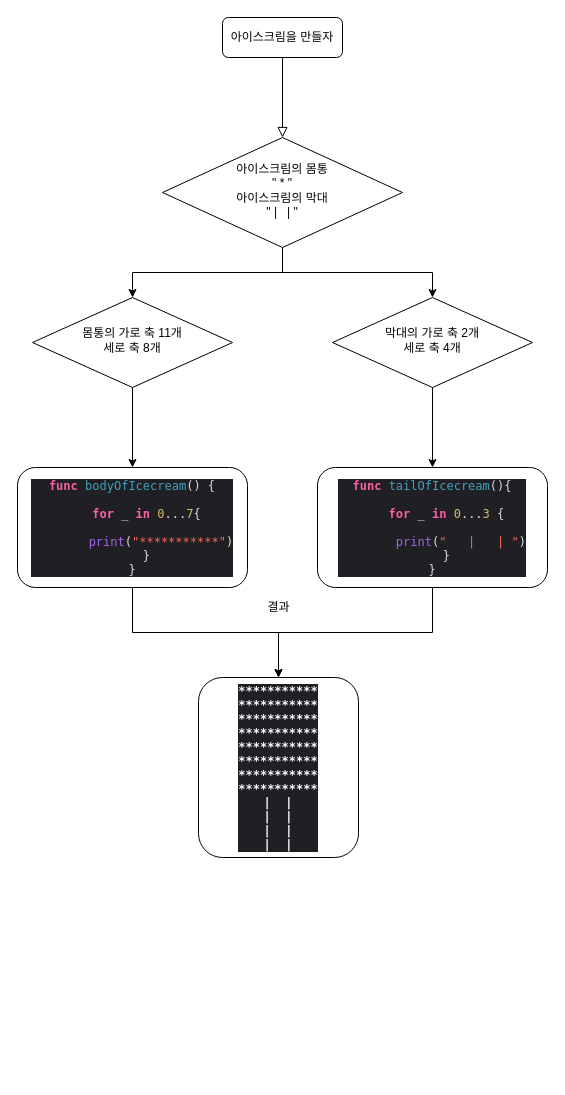
The draw.io diagram icecream.drawio in yagom-academy/swift-starter-Round1, before the edit. Source tidied: cells renumbered, new cells numbered last; positions are measured from the earlier drawing's top-left corner, leaving out a move shared by most shapes. Both pictures are drawn from the tidied source at 100%, with x=0, y=0 at pixel (17, 17).
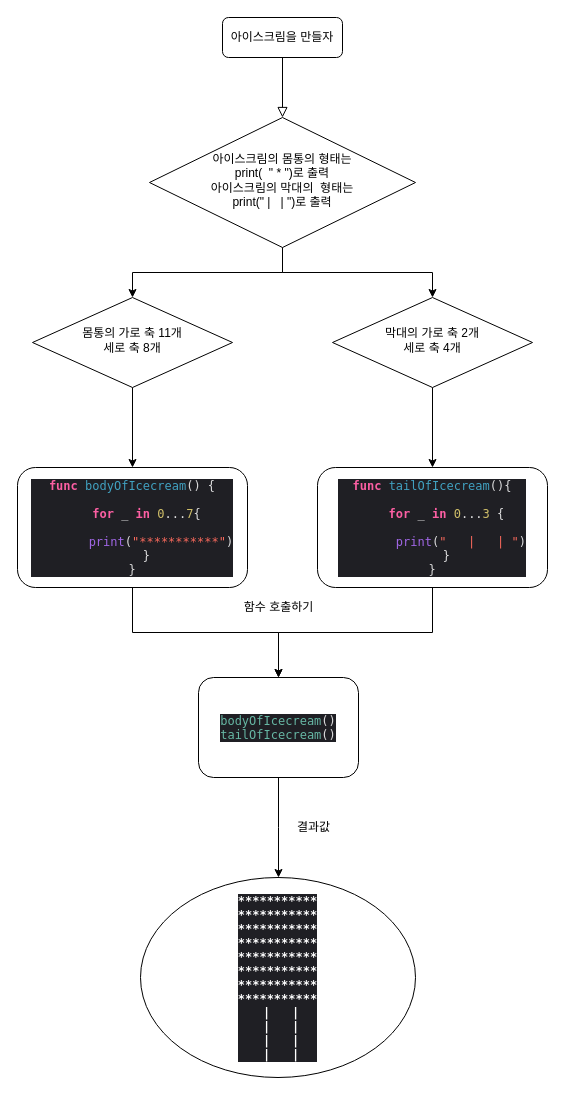
After the change.

Diff of the diagram source:
```diff
@@
-    <mxCell id="6" value="아이스크림의 몸통 &lt;br&gt;&quot; * &quot;&lt;br&gt;아이스크림의 막대&lt;br&gt;&quot; |&amp;nbsp; &amp;nbsp;| &quot;" style="rhombus;whiteSpace=wrap;html=1;shadow=0;fontFamily=Helvetica;fontSize=12;align=center;strokeWidth=1;spacing=6;spacingTop=-4;" parent="1" vertex="1">
-      <mxGeometry x="145" y="120" width="240" height="110" as="geometry" />
+    <mxCell id="6" value="아이스크림의 몸통의 형태는&lt;br&gt;print(&amp;nbsp; &quot; * &quot;)로 출력&lt;br&gt;아이스크림의 막대의&amp;nbsp; 형태는&lt;br&gt;print(&quot; |&amp;nbsp; &amp;nbsp;| &quot;)로 출력" style="rhombus;whiteSpace=wrap;html=1;shadow=0;fontFamily=Helvetica;fontSize=12;align=center;strokeWidth=1;spacing=6;spacingTop=-4;" parent="1" vertex="1">
+      <mxGeometry x="132" y="100" width="266" height="130" as="geometry" />
     </mxCell>
@@
+    <mxCell id="17" style="edgeStyle=orthogonalEdgeStyle;rounded=0;jettySize=auto;html=1;" parent="1" edge="1" source="15">
+      <mxGeometry relative="1" as="geometry">
+        <mxPoint x="261" y="860" as="targetPoint" />
+      </mxGeometry>
+    </mxCell>
-    <mxCell id="15" value="&lt;p class=&quot;p1&quot; style=&quot;margin: 0px ; font-stretch: normal ; line-height: normal ; font-family: &amp;#34;menlo&amp;#34; ; color: rgb(255 , 255 , 255) ; background-color: rgb(31 , 31 , 36)&quot;&gt;&lt;b&gt;***********&lt;/b&gt;&lt;/p&gt;&lt;p class=&quot;p1&quot; style=&quot;margin: 0px ; font-stretch: normal ; line-height: normal ; font-family: &amp;#34;menlo&amp;#34; ; color: rgb(255 , 255 , 255) ; background-color: rgb(31 , 31 , 36)&quot;&gt;&lt;b&gt;***********&lt;/b&gt;&lt;/p&gt;&lt;p class=&quot;p1&quot; style=&quot;margin: 0px ; font-stretch: normal ; line-height: normal ; font-family: &amp;#34;menlo&amp;#34; ; color: rgb(255 , 255 , 255) ; background-color: rgb(31 , 31 , 36)&quot;&gt;&lt;b&gt;***********&lt;/b&gt;&lt;/p&gt;&lt;p class=&quot;p1&quot; style=&quot;margin: 0px ; font-stretch: normal ; line-height: normal ; font-family: &amp;#34;menlo&amp;#34; ; color: rgb(255 , 255 , 255) ; background-color: rgb(31 , 31 , 36)&quot;&gt;&lt;b&gt;***********&lt;/b&gt;&lt;/p&gt;&lt;p class=&quot;p1&quot; style=&quot;margin: 0px ; font-stretch: normal ; line-height: normal ; font-family: &amp;#34;menlo&amp;#34; ; color: rgb(255 , 255 , 255) ; background-color: rgb(31 , 31 , 36)&quot;&gt;&lt;b&gt;***********&lt;/b&gt;&lt;/p&gt;&lt;p class=&quot;p1&quot; style=&quot;margin: 0px ; font-stretch: normal ; line-height: normal ; font-family: &amp;#34;menlo&amp;#34; ; color: rgb(255 , 255 , 255) ; background-color: rgb(31 , 31 , 36)&quot;&gt;&lt;b&gt;***********&lt;/b&gt;&lt;/p&gt;&lt;p class=&quot;p1&quot; style=&quot;margin: 0px ; font-stretch: normal ; line-height: normal ; font-family: &amp;#34;menlo&amp;#34; ; color: rgb(255 , 255 , 255) ; background-color: rgb(31 , 31 , 36)&quot;&gt;&lt;b&gt;***********&lt;/b&gt;&lt;/p&gt;&lt;p class=&quot;p1&quot; style=&quot;margin: 0px ; font-stretch: normal ; line-height: normal ; font-family: &amp;#34;menlo&amp;#34; ; color: rgb(255 , 255 , 255) ; background-color: rgb(31 , 31 , 36)&quot;&gt;&lt;b&gt;***********&lt;/b&gt;&lt;/p&gt;&lt;p class=&quot;p1&quot; style=&quot;margin: 0px ; font-stretch: normal ; line-height: normal ; font-family: &amp;#34;menlo&amp;#34; ; color: rgb(255 , 255 , 255) ; background-color: rgb(31 , 31 , 36)&quot;&gt;&lt;b&gt;&lt;span class=&quot;Apple-converted-space&quot;&gt;&amp;nbsp;&amp;nbsp; &lt;/span&gt;|&lt;span class=&quot;Apple-converted-space&quot;&gt;&amp;nbsp; &lt;/span&gt;|&lt;span class=&quot;Apple-converted-space&quot;&gt;&amp;nbsp; &amp;nbsp;&lt;/span&gt;&lt;/b&gt;&lt;/p&gt;&lt;p class=&quot;p1&quot; style=&quot;margin: 0px ; font-stretch: normal ; line-height: normal ; font-family: &amp;#34;menlo&amp;#34; ; color: rgb(255 , 255 , 255) ; background-color: rgb(31 , 31 , 36)&quot;&gt;&lt;b&gt;&lt;span class=&quot;Apple-converted-space&quot;&gt;&amp;nbsp;&amp;nbsp; &lt;/span&gt;|&lt;span class=&quot;Apple-converted-space&quot;&gt;&amp;nbsp; &lt;/span&gt;|&lt;span class=&quot;Apple-converted-space&quot;&gt;&amp;nbsp; &amp;nbsp;&lt;/span&gt;&lt;/b&gt;&lt;/p&gt;&lt;p class=&quot;p1&quot; style=&quot;margin: 0px ; font-stretch: normal ; line-height: normal ; font-family: &amp;#34;menlo&amp;#34; ; color: rgb(255 , 255 , 255) ; background-color: rgb(31 , 31 , 36)&quot;&gt;&lt;b&gt;&lt;span class=&quot;Apple-converted-space&quot;&gt;&amp;nbsp;&amp;nbsp; &lt;/span&gt;|&lt;span class=&quot;Apple-converted-space&quot;&gt;&amp;nbsp; &lt;/span&gt;|&lt;span class=&quot;Apple-converted-space&quot;&gt;&amp;nbsp; &amp;nbsp;&lt;/span&gt;&lt;/b&gt;&lt;/p&gt;&lt;p class=&quot;p1&quot; style=&quot;margin: 0px ; font-stretch: normal ; line-height: normal ; font-family: &amp;#34;menlo&amp;#34; ; color: rgb(255 , 255 , 255) ; background-color: rgb(31 , 31 , 36)&quot;&gt;&lt;b&gt;&lt;span class=&quot;Apple-converted-space&quot;&gt;&amp;nbsp;&amp;nbsp; &lt;/span&gt;|&lt;span class=&quot;Apple-converted-space&quot;&gt;&amp;nbsp; &lt;/span&gt;|&lt;span class=&quot;Apple-converted-space&quot;&gt;&amp;nbsp; &amp;nbsp;&lt;/span&gt;&lt;/b&gt;&lt;/p&gt;" style="whiteSpace=wrap;html=1;rounded=1;glass=0;strokeWidth=1;shadow=0;" parent="1" vertex="1">
-      <mxGeometry x="181" y="660" width="160" height="180" as="geometry" />
+    <mxCell id="15" value="&lt;p class=&quot;p1&quot; style=&quot;margin: 0px ; font-stretch: normal ; line-height: normal ; font-family: &amp;#34;menlo&amp;#34; ; color: rgb(103 , 183 , 164) ; background-color: rgb(31 , 31 , 36)&quot;&gt;bodyOfIcecream&lt;span class=&quot;s1&quot; style=&quot;color: rgba(255 , 255 , 255 , 0.85)&quot;&gt;()&lt;/span&gt;&lt;/p&gt;&lt;p class=&quot;p1&quot; style=&quot;margin: 0px ; font-stretch: normal ; line-height: normal ; font-family: &amp;#34;menlo&amp;#34; ; color: rgb(103 , 183 , 164) ; background-color: rgb(31 , 31 , 36)&quot;&gt;tailOfIcecream&lt;span class=&quot;s1&quot; style=&quot;color: rgba(255 , 255 , 255 , 0.85)&quot;&gt;()&lt;/span&gt;&lt;/p&gt;" style="whiteSpace=wrap;html=1;rounded=1;glass=0;strokeWidth=1;shadow=0;" parent="1" vertex="1">
+      <mxGeometry x="181" y="660" width="160" height="100" as="geometry" />
     </mxCell>
-    <mxCell id="16" value="결과" style="text;html=1;align=center;verticalAlign=middle;strokeColor=none;fillColor=none;" parent="1" vertex="1">
-      <mxGeometry x="241" y="580" width="40" height="20" as="geometry" />
+    <mxCell id="16" value="함수 호출하기" style="text;html=1;align=center;verticalAlign=middle;strokeColor=none;fillColor=none;" parent="1" vertex="1">
+      <mxGeometry x="221" y="580" width="80" height="20" as="geometry" />
     </mxCell>
+    <mxCell id="18" value="&lt;p class=&quot;p1&quot; style=&quot;margin: 0px ; font-stretch: normal ; line-height: normal ; font-family: &amp;#34;menlo&amp;#34; ; color: rgb(255 , 255 , 255) ; background-color: rgb(31 , 31 , 36)&quot;&gt;&lt;b&gt;***********&lt;/b&gt;&lt;/p&gt;&lt;p class=&quot;p1&quot; style=&quot;margin: 0px ; font-stretch: normal ; line-height: normal ; font-family: &amp;#34;menlo&amp;#34; ; color: rgb(255 , 255 , 255) ; background-color: rgb(31 , 31 , 36)&quot;&gt;&lt;b&gt;***********&lt;/b&gt;&lt;/p&gt;&lt;p class=&quot;p1&quot; style=&quot;margin: 0px ; font-stretch: normal ; line-height: normal ; font-family: &amp;#34;menlo&amp;#34; ; color: rgb(255 , 255 , 255) ; background-color: rgb(31 , 31 , 36)&quot;&gt;&lt;b&gt;***********&lt;/b&gt;&lt;/p&gt;&lt;p class=&quot;p1&quot; style=&quot;margin: 0px ; font-stretch: normal ; line-height: normal ; font-family: &amp;#34;menlo&amp;#34; ; color: rgb(255 , 255 , 255) ; background-color: rgb(31 , 31 , 36)&quot;&gt;&lt;b&gt;***********&lt;/b&gt;&lt;/p&gt;&lt;p class=&quot;p1&quot; style=&quot;margin: 0px ; font-stretch: normal ; line-height: normal ; font-family: &amp;#34;menlo&amp;#34; ; color: rgb(255 , 255 , 255) ; background-color: rgb(31 , 31 , 36)&quot;&gt;&lt;b&gt;***********&lt;/b&gt;&lt;/p&gt;&lt;p class=&quot;p1&quot; style=&quot;margin: 0px ; font-stretch: normal ; line-height: normal ; font-family: &amp;#34;menlo&amp;#34; ; color: rgb(255 , 255 , 255) ; background-color: rgb(31 , 31 , 36)&quot;&gt;&lt;b&gt;***********&lt;/b&gt;&lt;/p&gt;&lt;p class=&quot;p1&quot; style=&quot;margin: 0px ; font-stretch: normal ; line-height: normal ; font-family: &amp;#34;menlo&amp;#34; ; color: rgb(255 , 255 , 255) ; background-color: rgb(31 , 31 , 36)&quot;&gt;&lt;b&gt;***********&lt;/b&gt;&lt;/p&gt;&lt;p class=&quot;p1&quot; style=&quot;margin: 0px ; font-stretch: normal ; line-height: normal ; font-family: &amp;#34;menlo&amp;#34; ; color: rgb(255 , 255 , 255) ; background-color: rgb(31 , 31 , 36)&quot;&gt;&lt;b&gt;***********&lt;/b&gt;&lt;/p&gt;&lt;p class=&quot;p1&quot; style=&quot;margin: 0px ; font-stretch: normal ; line-height: normal ; font-family: &amp;#34;menlo&amp;#34; ; color: rgb(255 , 255 , 255) ; background-color: rgb(31 , 31 , 36)&quot;&gt;&lt;b&gt;&lt;span class=&quot;Apple-converted-space&quot;&gt;&amp;nbsp; &lt;/span&gt;| &lt;span class=&quot;Apple-converted-space&quot;&gt;&amp;nbsp; &lt;/span&gt;|&lt;span class=&quot;Apple-converted-space&quot;&gt;&amp;nbsp;&lt;/span&gt;&lt;/b&gt;&lt;/p&gt;&lt;p class=&quot;p1&quot; style=&quot;margin: 0px ; font-stretch: normal ; line-height: normal ; font-family: &amp;#34;menlo&amp;#34; ; color: rgb(255 , 255 , 255) ; background-color: rgb(31 , 31 , 36)&quot;&gt;&lt;b&gt;&lt;span class=&quot;Apple-converted-space&quot;&gt;&amp;nbsp;&amp;nbsp;&lt;/span&gt;| &lt;span class=&quot;Apple-converted-space&quot;&gt;&amp;nbsp; &lt;/span&gt;|&lt;span class=&quot;Apple-converted-space&quot;&gt;&amp;nbsp;&lt;/span&gt;&lt;/b&gt;&lt;/p&gt;&lt;p class=&quot;p1&quot; style=&quot;margin: 0px ; font-stretch: normal ; line-height: normal ; font-family: &amp;#34;menlo&amp;#34; ; color: rgb(255 , 255 , 255) ; background-color: rgb(31 , 31 , 36)&quot;&gt;&lt;b&gt;&lt;span class=&quot;Apple-converted-space&quot;&gt;&amp;nbsp;&amp;nbsp;&lt;/span&gt;| &lt;span class=&quot;Apple-converted-space&quot;&gt;&amp;nbsp; &lt;/span&gt;|&lt;span class=&quot;Apple-converted-space&quot;&gt;&amp;nbsp;&lt;/span&gt;&lt;/b&gt;&lt;/p&gt;&lt;p class=&quot;p1&quot; style=&quot;margin: 0px ; font-stretch: normal ; line-height: normal ; font-family: &amp;#34;menlo&amp;#34; ; color: rgb(255 , 255 , 255) ; background-color: rgb(31 , 31 , 36)&quot;&gt;&lt;b&gt;&lt;span class=&quot;Apple-converted-space&quot;&gt;&amp;nbsp;&amp;nbsp;&lt;/span&gt;| &lt;span class=&quot;Apple-converted-space&quot;&gt;&amp;nbsp; &lt;/span&gt;|&lt;span class=&quot;Apple-converted-space&quot;&gt;&amp;nbsp;&lt;/span&gt;&lt;/b&gt;&lt;/p&gt;" style="ellipse;whiteSpace=wrap;html=1;" parent="1" vertex="1">
+      <mxGeometry x="123" y="860" width="275" height="200" as="geometry" />
+    </mxCell>
+    <mxCell id="19" value="결과값" style="text;html=1;align=center;verticalAlign=middle;strokeColor=none;fillColor=none;" parent="1" vertex="1">
+      <mxGeometry x="271" y="800" width="50" height="20" as="geometry" />
+    </mxCell>
```
